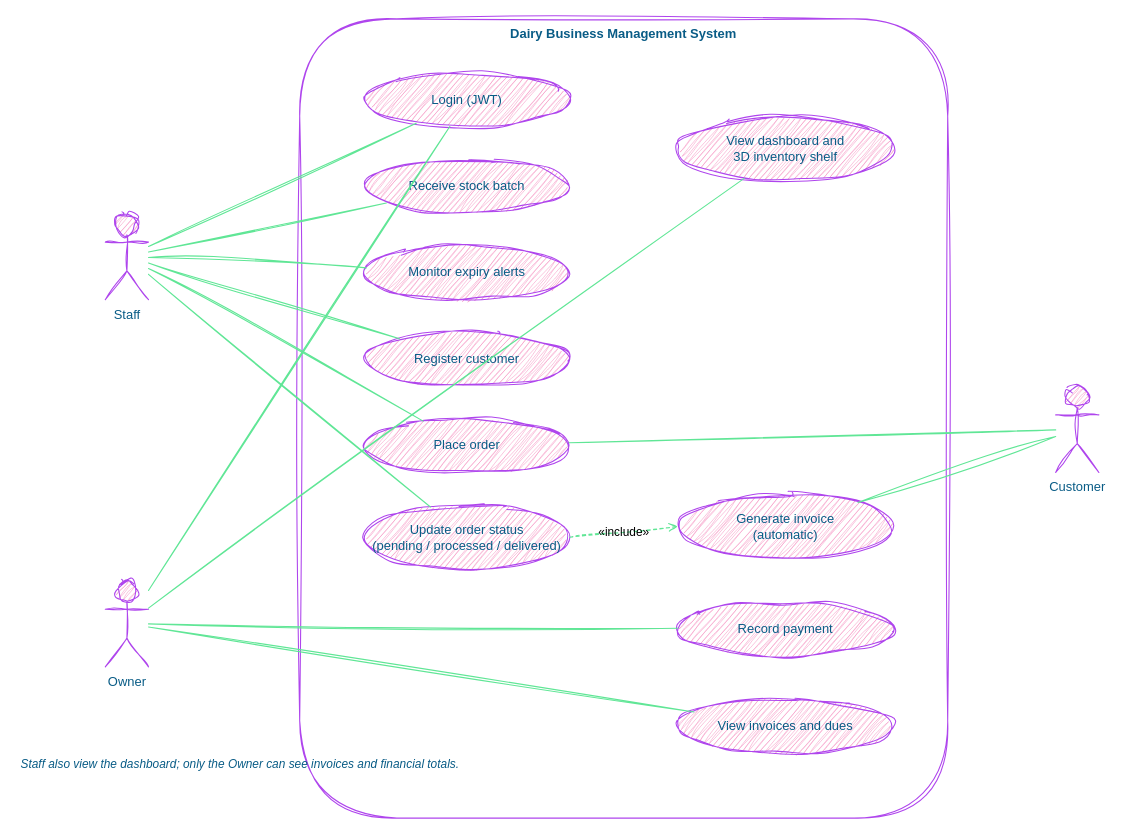
TanmayKamble004/DairyDesk keeps this draw.io diagram as page "Fig 3.6 Use Case Diagram" (6 of 7) of diagrams/DairyDesk_Diagrams.drawio. Above is the earlier version. Source tidied: cells renumbered, new cells numbered last; positions are measured from the earlier drawing's top-left corner, leaving out a move shared by most shapes. Both pictures are drawn from the tidied source at 108%, with x=0, y=0 at pixel (18, 18).
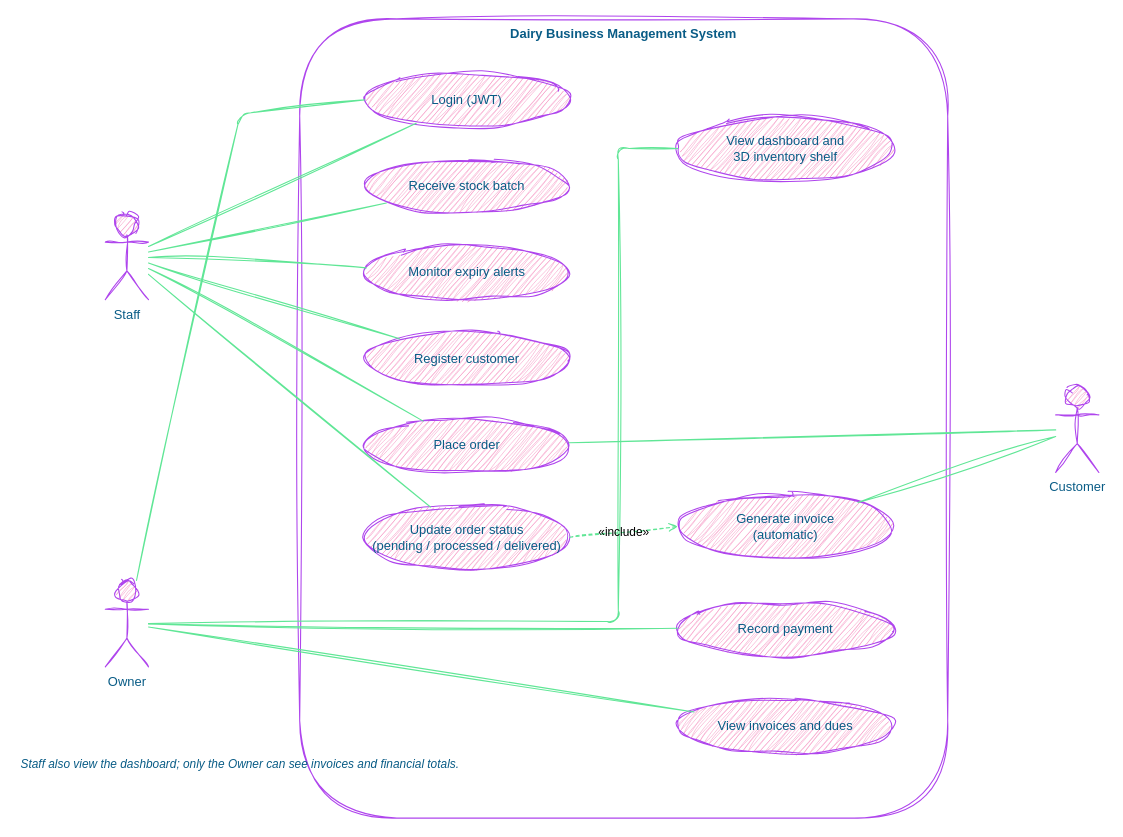
Above is the later version.

The change refers to these unchanged cells:
```xml
<mxCell id="3" value="Login (JWT)" style="ellipse;whiteSpace=wrap;html=1;fillColor=#F694C1;strokeColor=#AF45ED;rounded=1;sketch=1;curveFitting=1;jiggle=2;labelBackgroundColor=none;fontColor=#095C86;" parent="1" vertex="1">
  <mxGeometry x="320" y="50" width="190" height="50" as="geometry" />
</mxCell>
<mxCell id="9" value="View dashboard and&#10;3D inventory shelf" style="ellipse;whiteSpace=wrap;html=1;fillColor=#F694C1;strokeColor=#AF45ED;rounded=1;sketch=1;curveFitting=1;jiggle=2;labelBackgroundColor=none;fontColor=#095C86;" parent="1" vertex="1">
  <mxGeometry x="610" y="90" width="200" height="60" as="geometry" />
</mxCell>
<mxCell id="14" value="Owner" style="shape=umlActor;verticalLabelPosition=bottom;verticalAlign=top;html=1;rounded=1;sketch=1;curveFitting=1;jiggle=2;labelBackgroundColor=none;fillColor=#F694C1;strokeColor=#AF45ED;fontColor=#095C86;" parent="1" vertex="1">
  <mxGeometry x="80" y="520" width="40" height="80" as="geometry" />
</mxCell>
```

What changed in the source:
```diff
@@
-    <mxCell id="22" style="endArrow=none;html=1;sketch=1;curveFitting=1;jiggle=2;labelBackgroundColor=none;strokeColor=#60E696;fontColor=default;" parent="1" edge="1" source="14" target="3">
-      <mxGeometry relative="1" as="geometry" />
+    <mxCell id="22" style="endArrow=none;html=1;entryX=0;entryY=0.5;sketch=1;curveFitting=1;jiggle=2;labelBackgroundColor=none;strokeColor=#60E696;fontColor=default;" parent="1" edge="1" source="14" target="3">
+      <mxGeometry relative="1" as="geometry">
+        <Array as="points">
+          <mxPoint x="205" y="88" />
+        </Array>
+      </mxGeometry>
     </mxCell>
-    <mxCell id="23" style="endArrow=none;html=1;sketch=1;curveFitting=1;jiggle=2;labelBackgroundColor=none;strokeColor=#60E696;fontColor=default;" parent="1" edge="1" source="14" target="9">
-      <mxGeometry relative="1" as="geometry" />
+    <mxCell id="23" style="endArrow=none;html=1;entryX=0;entryY=0.5;sketch=1;curveFitting=1;jiggle=2;labelBackgroundColor=none;strokeColor=#60E696;fontColor=default;" parent="1" edge="1" source="14" target="9">
+      <mxGeometry relative="1" as="geometry">
+        <Array as="points">
+          <mxPoint x="555" y="558" />
+          <mxPoint x="555" y="120" />
+        </Array>
+      </mxGeometry>
     </mxCell>
```
